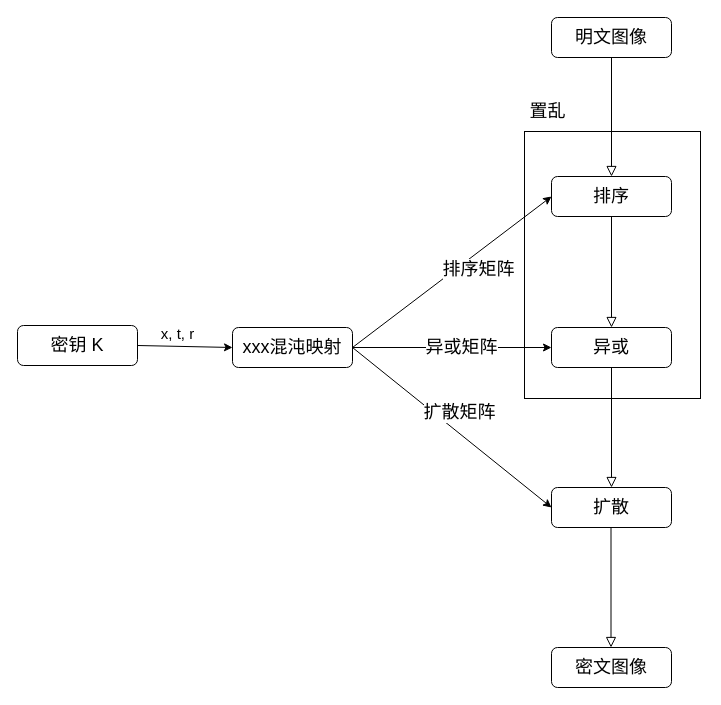
Before: page "Page-1" (1 of 2) of 论文/bishe.drawio in ethushiroha/bishe, a draw.io diagram. Source tidied: cells renumbered, new cells numbered last; positions are measured from the earlier drawing's top-left corner, leaving out a move shared by most shapes. Both pictures are drawn from the tidied source at 100%, with x=0, y=0 at pixel (17, 17).
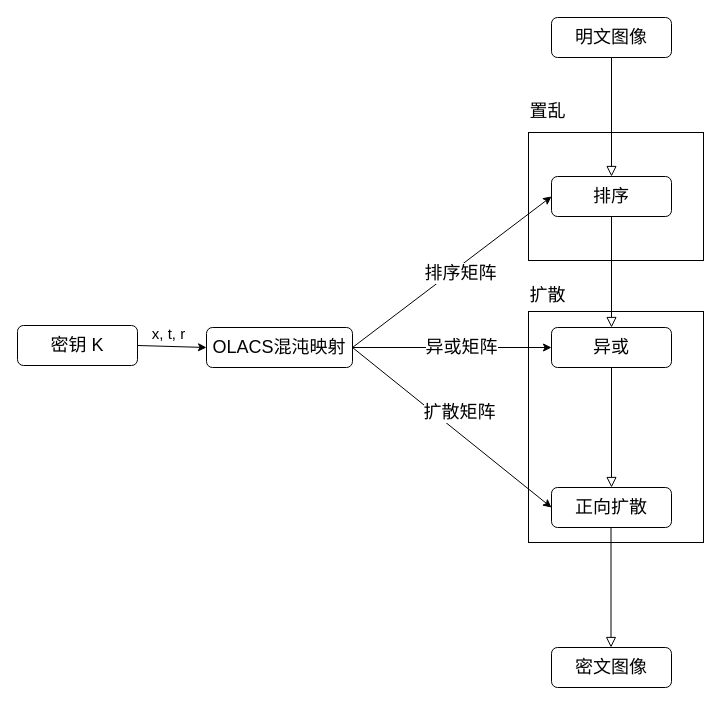
The same page after the edit.

Unchanged cells that the change refers to:
```xml
<mxCell id="13" style="endArrow=classic;html=1;rounded=0;fontSize=18;exitX=1;exitY=0.5;exitDx=0;exitDy=0;entryX=0;entryY=0.5;entryDx=0;entryDy=0;" parent="1" edge="1" source="9" target="8">
  <mxGeometry relative="1" as="geometry" />
</mxCell>
```

Diff of the diagram source:
```diff
@@
+    <mxCell id="23" style="rounded=0;whiteSpace=wrap;html=1;fontSize=18;" parent="1" vertex="1">
+      <mxGeometry x="511" y="294" width="175" height="231" as="geometry" />
+    </mxCell>
     <mxCell id="2" style="rounded=0;whiteSpace=wrap;html=1;fontSize=18;" parent="1" vertex="1">
-      <mxGeometry x="507" y="114" width="176" height="267" as="geometry" />
+      <mxGeometry x="511" y="115" width="175" height="128" as="geometry" />
     </mxCell>
@@
-    <mxCell id="7" value="&lt;font style=&quot;font-size: 18px&quot;&gt;扩散&lt;/font&gt;" style="rounded=1;whiteSpace=wrap;html=1;fontSize=12;glass=0;strokeWidth=1;shadow=0;" parent="1" vertex="1">
+    <mxCell id="7" value="&lt;font style=&quot;font-size: 18px&quot;&gt;正向扩散&lt;/font&gt;" style="rounded=1;whiteSpace=wrap;html=1;fontSize=12;glass=0;strokeWidth=1;shadow=0;" parent="1" vertex="1">
       <mxGeometry x="534" y="470" width="120" height="40" as="geometry" />
     </mxCell>
@@
-    <mxCell id="9" value="&lt;font style=&quot;font-size: 18px&quot;&gt;xxx混沌映射&lt;/font&gt;" style="rounded=1;whiteSpace=wrap;html=1;fontSize=12;glass=0;strokeWidth=1;shadow=0;" parent="1" vertex="1">
-      <mxGeometry x="215" y="310" width="120" height="40" as="geometry" />
+    <mxCell id="9" value="&lt;font style=&quot;font-size: 18px&quot;&gt;OLACS混沌映射&lt;/font&gt;" style="rounded=1;whiteSpace=wrap;html=1;fontSize=12;glass=0;strokeWidth=1;shadow=0;" parent="1" vertex="1">
+      <mxGeometry x="189" y="310" width="146" height="40" as="geometry" />
     </mxCell>
@@
     <mxCell id="14" value="排序矩阵" style="edgeLabel;html=1;align=center;verticalAlign=middle;fontSize=18;" parent="13" vertex="1">
       <mxGeometry x="-0.31" y="2" relative="1" as="geometry">
-        <mxPoint x="58" y="-25" as="offset" />
+        <mxPoint x="40" y="-21" as="offset" />
       </mxGeometry>
     </mxCell>
@@
+    <mxCell id="24" value="&lt;font style=&quot;font-size: 18px&quot;&gt;扩散&lt;/font&gt;" style="text;html=1;align=center;verticalAlign=middle;strokeColor=none;fillColor=none;" parent="1" vertex="1">
+      <mxGeometry x="507" y="268" width="46" height="20" as="geometry" />
+    </mxCell>
```
